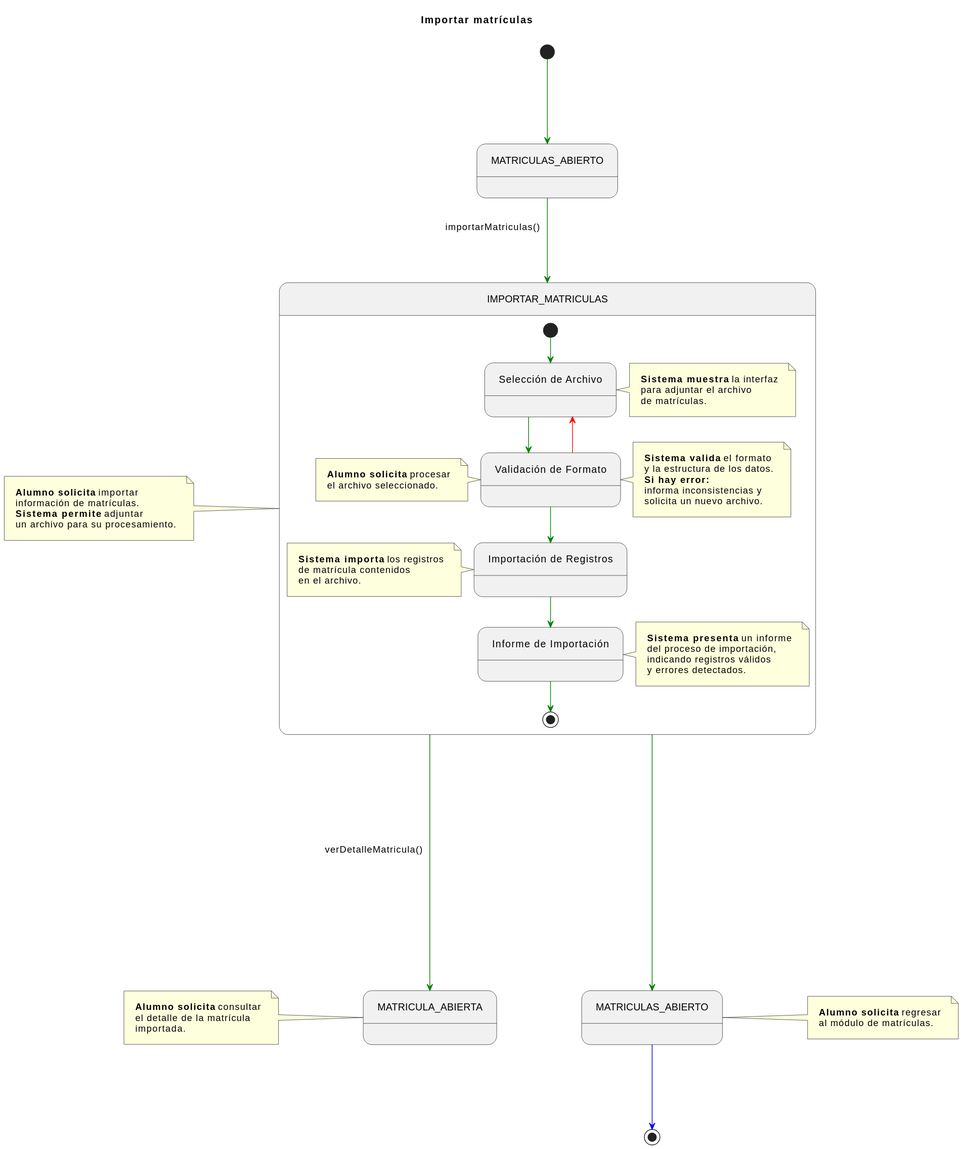
The PlantUML diagram documents/CasosDeUso/DetalladoCasosDeUso/Secretaria/importarMatriculas.svg in enmabry/25-26-IdSw1-SdR, before a commit. Its diagram source:
```plantuml
@startuml
title Importar matrículas


skinparam nodesep 120
skinparam ranksep 120
skinparam linetype ortho
skinparam Padding 10

state MATRICULAS_ABIERTO_INICIAL   as "MATRICULAS_ABIERTO"
state IMPORTAR_MATRICULAS_COMP    as "IMPORTAR_MATRICULAS"
state MATRICULA_ABIERTA_FINAL     as "MATRICULA_ABIERTA"
state MATRICULAS_ABIERTO_FINAL    as "MATRICULAS_ABIERTO"

[*] -[#green]-> MATRICULAS_ABIERTO_INICIAL

MATRICULAS_ABIERTO_INICIAL -[#green]-> IMPORTAR_MATRICULAS_COMP : importarMatriculas()

note left of IMPORTAR_MATRICULAS_COMP
    <b>Alumno solicita</b> importar
    información de matrículas.
    <b>Sistema permite</b> adjuntar
    un archivo para su procesamiento.
end note


state IMPORTAR_MATRICULAS_COMP {

    state SolicitudArchivo   as "Selección de Archivo"
    state ValidarFormato     as "Validación de Formato"
    state ImportarRegistros  as "Importación de Registros"
    state MostrarInforme     as "Informe de Importación"

    [*] -[#green]-> SolicitudArchivo

    note right of SolicitudArchivo
        <b>Sistema muestra</b> la interfaz
        para adjuntar el archivo
        de matrículas.
    end note

    SolicitudArchivo -[#green]-> ValidarFormato

    note left of ValidarFormato
        <b>Alumno solicita</b> procesar
        el archivo seleccionado.
    end note

    ValidarFormato -[#red]-> SolicitudArchivo

    note right of ValidarFormato
        <b>Sistema valida</b> el formato
        y la estructura de los datos.
        <b>Si hay error:</b>
        informa inconsistencias y
        solicita un nuevo archivo.
    end note

    ValidarFormato -[#green]-> ImportarRegistros

    note left of ImportarRegistros
        <b>Sistema importa</b> los registros
        de matrícula contenidos
        en el archivo.
    end note

    ImportarRegistros -[#green]-> MostrarInforme

    note right of MostrarInforme
        <b>Sistema presenta</b> un informe
        del proceso de importación,
        indicando registros válidos
        y errores detectados.
    end note

    MostrarInforme -[#green]-> [*]
}


IMPORTAR_MATRICULAS_COMP -[#green]---> MATRICULA_ABIERTA_FINAL : verDetalleMatricula()

note left of MATRICULA_ABIERTA_FINAL
    <b>Alumno solicita</b> consultar
    el detalle de la matrícula
    importada.
end note


IMPORTAR_MATRICULAS_COMP -[#green]---> MATRICULAS_ABIERTO_FINAL

note right of MATRICULAS_ABIERTO_FINAL
    <b>Alumno solicita</b> regresar
    al módulo de matrículas.
end note


MATRICULAS_ABIERTO_FINAL -[#blue]-> [*]
@enduml
```
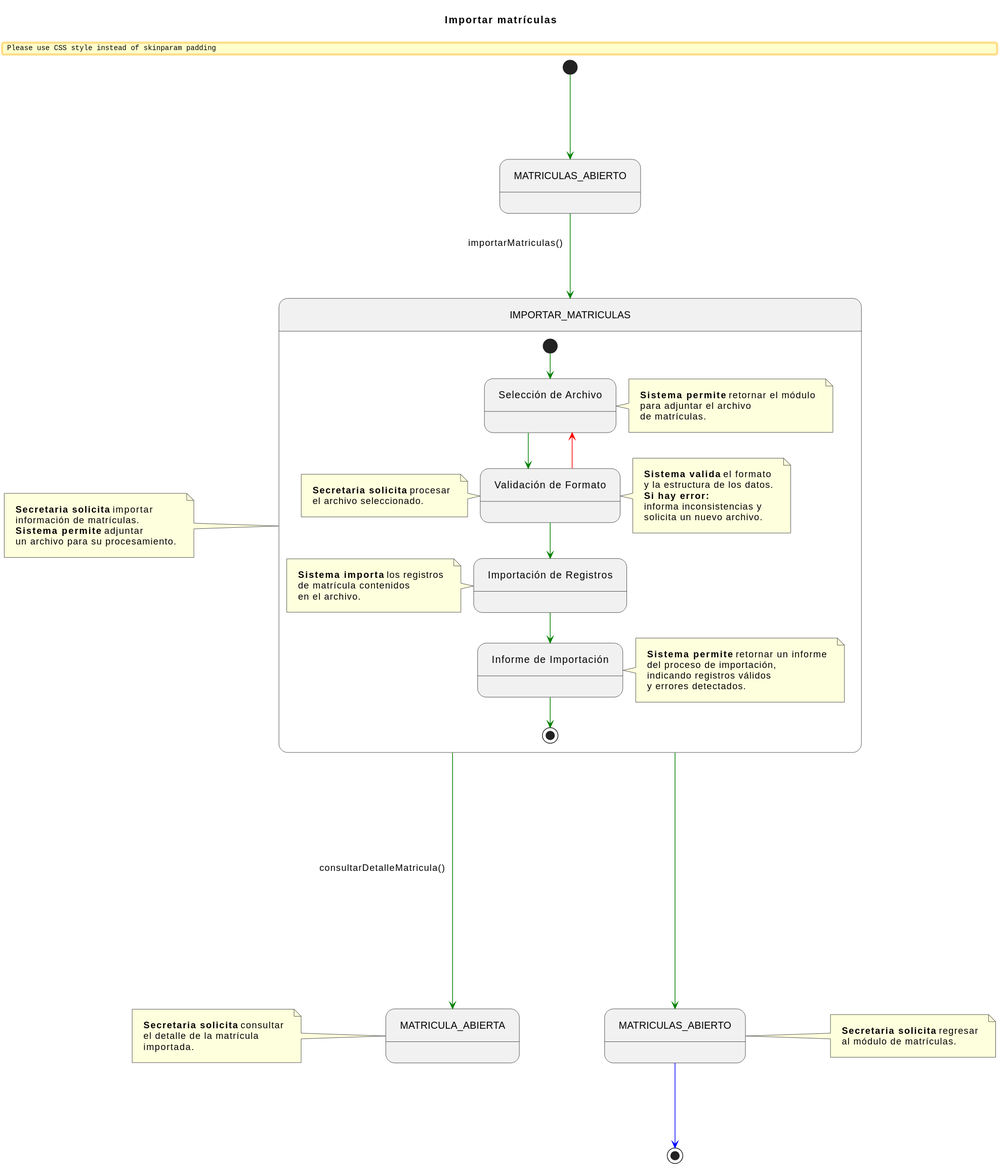
Above is the later version.

What changed in the source:
```diff
@@ -17,7 +17,7 @@
 MATRICULAS_ABIERTO_INICIAL -[#green]-> IMPORTAR_MATRICULAS_COMP : importarMatriculas()
 
 note left of IMPORTAR_MATRICULAS_COMP
-    <b>Alumno solicita</b> importar
+    <b>Secretaria solicita</b> importar
     información de matrículas.
     <b>Sistema permite</b> adjuntar
     un archivo para su procesamiento.
@@ -29,12 +29,12 @@
     state SolicitudArchivo   as "Selección de Archivo"
     state ValidarFormato     as "Validación de Formato"
     state ImportarRegistros  as "Importación de Registros"
-    state MostrarInforme     as "Informe de Importación"
+    state RetornarInforme     as "Informe de Importación"
 
     [*] -[#green]-> SolicitudArchivo
 
     note right of SolicitudArchivo
-        <b>Sistema muestra</b> la interfaz
+        <b>Sistema permite</b> retornar el módulo
         para adjuntar el archivo
         de matrículas.
     end note
@@ -42,7 +42,7 @@
     SolicitudArchivo -[#green]-> ValidarFormato
 
     note left of ValidarFormato
-        <b>Alumno solicita</b> procesar
+        <b>Secretaria solicita</b> procesar
         el archivo seleccionado.
     end note
 
@@ -64,23 +64,23 @@
         en el archivo.
     end note
 
-    ImportarRegistros -[#green]-> MostrarInforme
+    ImportarRegistros -[#green]-> RetornarInforme
 
-    note right of MostrarInforme
-        <b>Sistema presenta</b> un informe
+    note right of RetornarInforme
+        <b>Sistema permite</b> retornar un informe
         del proceso de importación,
         indicando registros válidos
         y errores detectados.
     end note
 
-    MostrarInforme -[#green]-> [*]
+    RetornarInforme -[#green]-> [*]
 }
 
 
-IMPORTAR_MATRICULAS_COMP -[#green]---> MATRICULA_ABIERTA_FINAL : verDetalleMatricula()
+IMPORTAR_MATRICULAS_COMP -[#green]---> MATRICULA_ABIERTA_FINAL : consultarDetalleMatricula()
 
 note left of MATRICULA_ABIERTA_FINAL
-    <b>Alumno solicita</b> consultar
+    <b>Secretaria solicita</b> consultar
     el detalle de la matrícula
     importada.
 end note
@@ -89,7 +89,7 @@
 IMPORTAR_MATRICULAS_COMP -[#green]---> MATRICULAS_ABIERTO_FINAL
 
 note right of MATRICULAS_ABIERTO_FINAL
-    <b>Alumno solicita</b> regresar
+    <b>Secretaria solicita</b> regresar
     al módulo de matrículas.
 end note
 
```
